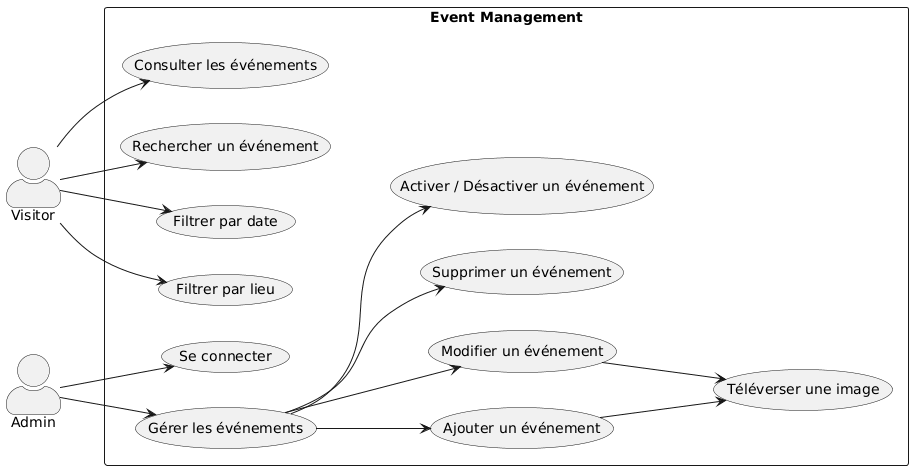
Before: images/useCase.png, a diagram exported from PlantUML (AZIZ-Soufiane/Projet-technique). Its diagram source:
```plantuml
@startuml
left to right direction
skinparam packageStyle rectangle
skinparam actorStyle awesome

actor Visitor
actor Admin

rectangle "Event Management" {

  Visitor --> (Consulter les événements)
  Visitor --> (Rechercher un événement)
  Visitor --> (Filtrer par date)
  Visitor --> (Filtrer par lieu)

  Admin --> (Se connecter)
  Admin --> (Gérer les événements)

  (Gérer les événements) --> (Ajouter un événement)
  (Gérer les événements) --> (Modifier un événement)
  (Gérer les événements) --> (Supprimer un événement)
  (Gérer les événements) --> (Activer / Désactiver un événement)

  (Ajouter un événement) --> (Téléverser une image)
  (Modifier un événement) --> (Téléverser une image)
}
@enduml
```
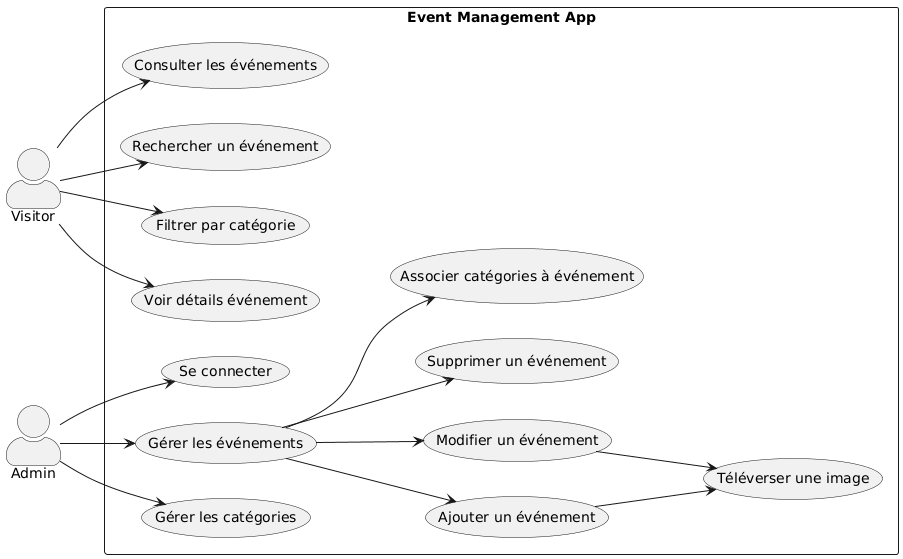
Above is the later version.

Diff of the diagram source:
```diff
@@ -6,20 +6,21 @@
 actor Visitor
 actor Admin
 
-rectangle "Event Management" {
+rectangle "Event Management App" {
 
   Visitor --> (Consulter les événements)
   Visitor --> (Rechercher un événement)
-  Visitor --> (Filtrer par date)
-  Visitor --> (Filtrer par lieu)
+  Visitor --> (Filtrer par catégorie)
+  Visitor --> (Voir détails événement)
 
   Admin --> (Se connecter)
   Admin --> (Gérer les événements)
+  Admin --> (Gérer les catégories)
 
   (Gérer les événements) --> (Ajouter un événement)
   (Gérer les événements) --> (Modifier un événement)
   (Gérer les événements) --> (Supprimer un événement)
-  (Gérer les événements) --> (Activer / Désactiver un événement)
+  (Gérer les événements) --> (Associer catégories à événement)
 
   (Ajouter un événement) --> (Téléverser une image)
   (Modifier un événement) --> (Téléverser une image)
```
